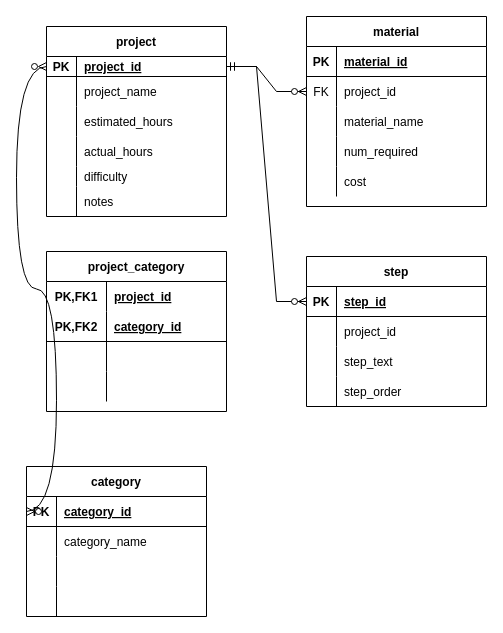
Earlier version of the draw.io diagram BE-Promineo-Tech/Week-08-Tables_and_Relationships/ProjectERD.drawio (aacnchamilton/BackEndFolderTree). Source tidied: cells renumbered, new cells numbered last; positions are measured from the earlier drawing's top-left corner, leaving out a move shared by most shapes. Both pictures are drawn from the tidied source at 100%, with x=0, y=0 at pixel (26, 16).
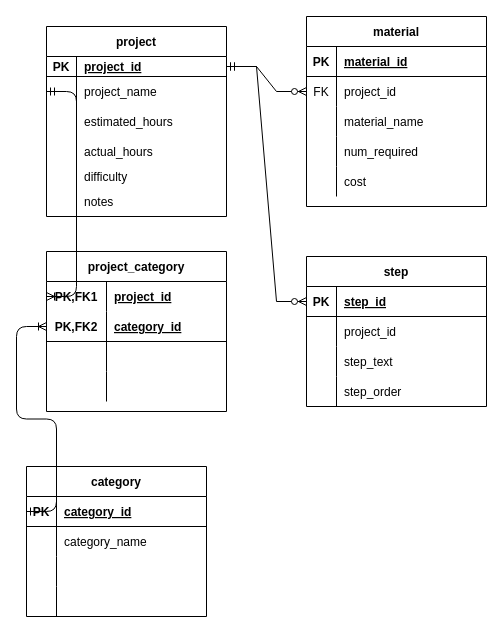
The same page after the edit.

Commit message (it also covers changes not shown here):
finish draw.io and research document

Unchanged cells that the change refers to:
```xml
<mxCell id="3" style="shape=tableRow;horizontal=0;startSize=0;swimlaneHead=0;swimlaneBody=0;fillColor=none;points=[[0,0.5],[1,0.5]];portConstraint=eastwest;top=0;left=0;right=0;bottom=1;" parent="2" vertex="1">
  <mxGeometry y="30" width="180" height="20" as="geometry" />
</mxCell>
<mxCell id="6" style="shape=tableRow;horizontal=0;startSize=0;swimlaneHead=0;swimlaneBody=0;fillColor=none;points=[[0,0.5],[1,0.5]];portConstraint=eastwest;top=0;left=0;right=0;bottom=0;" parent="2" vertex="1">
  <mxGeometry y="50" width="180" height="30" as="geometry" />
</mxCell>
<mxCell id="22" style="shape=tableRow;horizontal=0;startSize=0;swimlaneHead=0;swimlaneBody=0;fillColor=none;points=[[0,0.5],[1,0.5]];portConstraint=eastwest;top=0;left=0;right=0;bottom=0;" parent="21" vertex="1">
  <mxGeometry y="30" width="180" height="30" as="geometry" />
</mxCell>
<mxCell id="25" style="shape=tableRow;horizontal=0;startSize=0;swimlaneHead=0;swimlaneBody=0;fillColor=none;points=[[0,0.5],[1,0.5]];portConstraint=eastwest;top=0;left=0;right=0;bottom=1;" parent="21" vertex="1">
  <mxGeometry y="60" width="180" height="30" as="geometry" />
</mxCell>
<mxCell id="35" style="shape=tableRow;horizontal=0;startSize=0;swimlaneHead=0;swimlaneBody=0;fillColor=none;points=[[0,0.5],[1,0.5]];portConstraint=eastwest;top=0;left=0;right=0;bottom=1;" parent="34" vertex="1">
  <mxGeometry y="30" width="180" height="30" as="geometry" />
</mxCell>
```

Change to the diagram source:
```diff
@@
-    <mxCell id="78" style="edgeStyle=entityRelationEdgeStyle;fontSize=12;html=1;endArrow=ERzeroToMany;endFill=1;startArrow=ERzeroToMany;strokeColor=default;curved=1;jumpStyle=arc;exitX=0;exitY=0.5;exitDx=0;exitDy=0;entryX=0;entryY=0.5;entryDx=0;entryDy=0;" parent="1" edge="1" source="35" target="3">
-      <mxGeometry relative="1" as="geometry" />
-    </mxCell>
+    <mxCell id="79" style="edgeStyle=entityRelationEdgeStyle;fontSize=12;html=1;endArrow=ERoneToMany;startArrow=ERmandOne;strokeColor=default;jumpStyle=arc;exitX=0;exitY=0.5;exitDx=0;exitDy=0;entryX=0;entryY=0.5;entryDx=0;entryDy=0;" parent="1" edge="1" source="6" target="22">
+      <mxGeometry relative="1" as="geometry" />
+    </mxCell>
+    <mxCell id="80" style="edgeStyle=entityRelationEdgeStyle;fontSize=12;html=1;endArrow=ERoneToMany;startArrow=ERmandOne;strokeColor=default;jumpStyle=arc;exitX=0;exitY=0.5;exitDx=0;exitDy=0;" parent="1" edge="1" source="35" target="25">
+      <mxGeometry relative="1" as="geometry" />
+    </mxCell>
```
